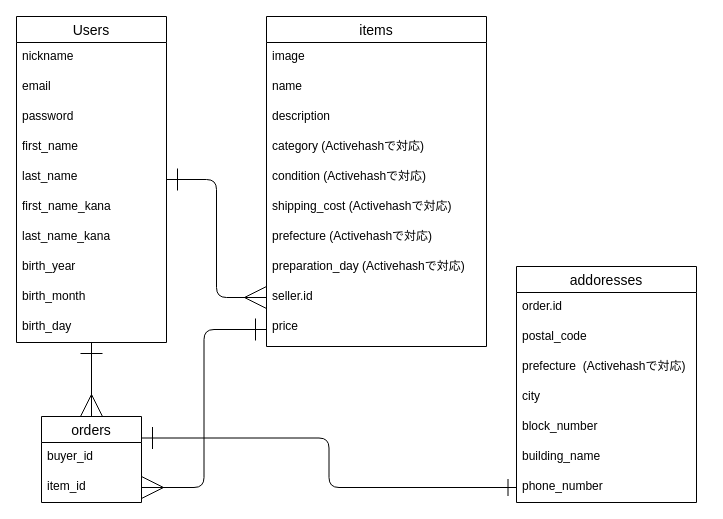
Before: ER.dio in TECHkoumu/furima-39074, a draw.io diagram. Source tidied: cells renumbered, new cells numbered last; positions are measured from the earlier drawing's top-left corner, leaving out a move shared by most shapes. Both pictures are drawn from the tidied source at 100%, with x=0, y=0 at pixel (16, 16).
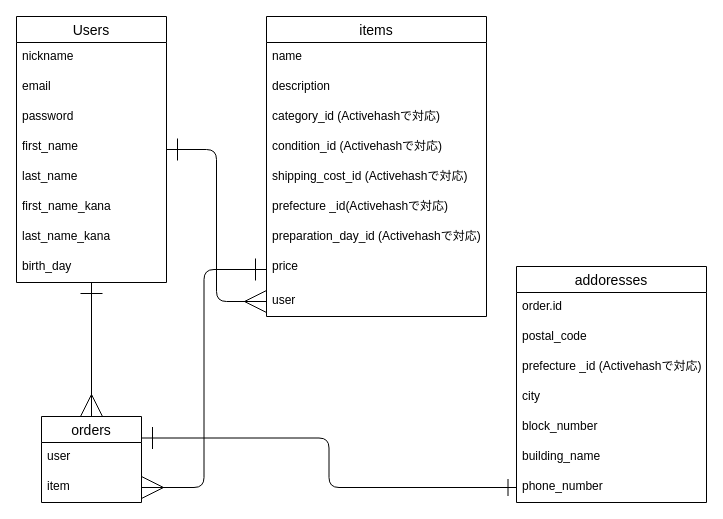
The same page after the edit.

Commit message (it also covers changes not shown here):
データベース設計の修正-1

The change refers to these unchanged cells:
```xml
<mxCell id="35" value="orders" style="swimlane;fontStyle=0;horizontal=1;startSize=26;align=center;fontSize=14;labelBackgroundColor=default;" parent="1" vertex="1">
  <mxGeometry x="25" y="400" width="100" height="86" as="geometry" />
</mxCell>
```

The edit, as a diff of the source:
```diff
@@
     <mxCell id="4" value="Users" style="swimlane;fontStyle=0;horizontal=1;startSize=26;align=center;fontSize=14;" parent="1" vertex="1">
-      <mxGeometry width="150" height="326" as="geometry" />
+      <mxGeometry width="150" height="266" as="geometry" />
     </mxCell>
@@
-    <mxCell id="12" value="birth_year" style="text;strokeColor=none;fillColor=none;spacingLeft=4;spacingRight=4;overflow=hidden;fontSize=12;labelBackgroundColor=default;" parent="4" vertex="1">
-      <mxGeometry y="236" width="150" height="30" as="geometry" />
-    </mxCell>
-    <mxCell id="13" value="birth_month" style="text;strokeColor=none;fillColor=none;spacingLeft=4;spacingRight=4;overflow=hidden;fontSize=12;labelBackgroundColor=default;" parent="4" vertex="1">
-      <mxGeometry y="266" width="150" height="30" as="geometry" />
-    </mxCell>
     <mxCell id="14" value="birth_day" style="text;strokeColor=none;fillColor=none;spacingLeft=4;spacingRight=4;overflow=hidden;fontSize=12;labelBackgroundColor=default;" parent="4" vertex="1">
-      <mxGeometry y="296" width="150" height="30" as="geometry" />
+      <mxGeometry y="236" width="150" height="30" as="geometry" />
     </mxCell>
     <mxCell id="15" value="items" style="swimlane;fontStyle=0;horizontal=1;startSize=26;align=center;fontSize=14;arcSize=18;" parent="1" vertex="1">
-      <mxGeometry x="250" width="220" height="330" as="geometry" />
+      <mxGeometry x="250" width="220" height="300" as="geometry" />
     </mxCell>
-    <mxCell id="16" value="image" style="text;strokeColor=none;fillColor=none;spacingLeft=4;spacingRight=4;overflow=hidden;fontSize=12;" parent="15" vertex="1">
-      <mxGeometry y="26" width="220" height="30" as="geometry" />
-    </mxCell>
     <mxCell id="17" value="name" style="text;strokeColor=none;fillColor=none;spacingLeft=4;spacingRight=4;overflow=hidden;fontSize=12;" parent="15" vertex="1">
-      <mxGeometry y="56" width="220" height="30" as="geometry" />
+      <mxGeometry y="26" width="220" height="30" as="geometry" />
     </mxCell>
     <mxCell id="18" value="description" style="text;strokeColor=none;fillColor=none;spacingLeft=4;spacingRight=4;overflow=hidden;fontSize=12;" parent="15" vertex="1">
-      <mxGeometry y="86" width="220" height="30" as="geometry" />
+      <mxGeometry y="56" width="220" height="30" as="geometry" />
     </mxCell>
-    <mxCell id="19" value="category (Activehashで対応)" style="text;strokeColor=none;fillColor=none;spacingLeft=4;spacingRight=4;overflow=hidden;fontSize=12;labelBackgroundColor=default;" parent="15" vertex="1">
-      <mxGeometry y="116" width="220" height="30" as="geometry" />
+    <mxCell id="19" value="category_id (Activehashで対応)" style="text;strokeColor=none;fillColor=none;spacingLeft=4;spacingRight=4;overflow=hidden;fontSize=12;labelBackgroundColor=default;" parent="15" vertex="1">
+      <mxGeometry y="86" width="220" height="30" as="geometry" />
     </mxCell>
-    <mxCell id="20" value="condition (Activehashで対応)" style="text;strokeColor=none;fillColor=none;spacingLeft=4;spacingRight=4;overflow=hidden;fontSize=12;labelBackgroundColor=default;" parent="15" vertex="1">
-      <mxGeometry y="146" width="220" height="30" as="geometry" />
+    <mxCell id="20" value="condition_id (Activehashで対応)" style="text;strokeColor=none;fillColor=none;spacingLeft=4;spacingRight=4;overflow=hidden;fontSize=12;labelBackgroundColor=default;" parent="15" vertex="1">
+      <mxGeometry y="116" width="220" height="30" as="geometry" />
     </mxCell>
-    <mxCell id="21" value="shipping_cost (Activehashで対応)" style="text;strokeColor=none;fillColor=none;spacingLeft=4;spacingRight=4;overflow=hidden;fontSize=12;labelBackgroundColor=default;" parent="15" vertex="1">
-      <mxGeometry y="176" width="220" height="30" as="geometry" />
+    <mxCell id="21" value="shipping_cost_id (Activehashで対応)" style="text;strokeColor=none;fillColor=none;spacingLeft=4;spacingRight=4;overflow=hidden;fontSize=12;labelBackgroundColor=default;" parent="15" vertex="1">
+      <mxGeometry y="146" width="220" height="30" as="geometry" />
     </mxCell>
-    <mxCell id="22" value="prefecture (Activehashで対応)" style="text;strokeColor=none;fillColor=none;spacingLeft=4;spacingRight=4;overflow=hidden;fontSize=12;labelBackgroundColor=default;" parent="15" vertex="1">
-      <mxGeometry y="206" width="220" height="30" as="geometry" />
+    <mxCell id="22" value="prefecture _id(Activehashで対応)" style="text;strokeColor=none;fillColor=none;spacingLeft=4;spacingRight=4;overflow=hidden;fontSize=12;labelBackgroundColor=default;" parent="15" vertex="1">
+      <mxGeometry y="176" width="220" height="30" as="geometry" />
     </mxCell>
-    <mxCell id="23" value="preparation_day (Activehashで対応)" style="text;strokeColor=none;fillColor=none;spacingLeft=4;spacingRight=4;overflow=hidden;fontSize=12;labelBackgroundColor=default;" parent="15" vertex="1">
-      <mxGeometry y="236" width="220" height="30" as="geometry" />
+    <mxCell id="23" value="preparation_day_id (Activehashで対応)" style="text;strokeColor=none;fillColor=none;spacingLeft=4;spacingRight=4;overflow=hidden;fontSize=12;labelBackgroundColor=default;" parent="15" vertex="1">
+      <mxGeometry y="206" width="220" height="30" as="geometry" />
     </mxCell>
+    <mxCell id="25" value="price" style="text;strokeColor=none;fillColor=none;spacingLeft=4;spacingRight=4;overflow=hidden;points=[[0,0.5],[1,0.5]];portConstraint=eastwest;fontSize=12;labelBackgroundColor=default;startSize=26;" parent="15" vertex="1">
+      <mxGeometry y="236" width="220" height="34" as="geometry" />
+    </mxCell>
-    <mxCell id="24" value="seller.id " style="text;strokeColor=none;fillColor=none;spacingLeft=4;spacingRight=4;overflow=hidden;points=[[0,0.5],[1,0.5]];portConstraint=eastwest;fontSize=12;labelBackgroundColor=default;startSize=26;" parent="15" vertex="1">
-      <mxGeometry y="266" width="220" height="30" as="geometry" />
+    <mxCell id="24" value="user" style="text;strokeColor=none;fillColor=none;spacingLeft=4;spacingRight=4;overflow=hidden;points=[[0,0.5],[1,0.5]];portConstraint=eastwest;fontSize=12;labelBackgroundColor=default;startSize=26;" parent="15" vertex="1">
+      <mxGeometry y="270" width="220" height="30" as="geometry" />
     </mxCell>
-    <mxCell id="25" value="price" style="text;strokeColor=none;fillColor=none;spacingLeft=4;spacingRight=4;overflow=hidden;points=[[0,0.5],[1,0.5]];portConstraint=eastwest;fontSize=12;labelBackgroundColor=default;startSize=26;" parent="15" vertex="1">
-      <mxGeometry y="296" width="220" height="34" as="geometry" />
-    </mxCell>
     <mxCell id="26" value="addoresses" style="swimlane;fontStyle=0;horizontal=1;startSize=26;align=center;fontSize=14;labelBackgroundColor=default;" parent="1" vertex="1">
-      <mxGeometry x="500" y="250" width="180" height="236" as="geometry" />
+      <mxGeometry x="500" y="250" width="190" height="236" as="geometry" />
     </mxCell>
     <mxCell id="27" value="order.id " style="text;strokeColor=none;fillColor=none;spacingLeft=4;spacingRight=4;overflow=hidden;fontSize=12;labelBackgroundColor=default;startSize=26;" parent="26" vertex="1">
-      <mxGeometry y="26" width="180" height="30" as="geometry" />
+      <mxGeometry y="26" width="190" height="30" as="geometry" />
     </mxCell>
     <mxCell id="28" value="postal_code" style="text;strokeColor=none;fillColor=none;spacingLeft=4;spacingRight=4;overflow=hidden;fontSize=12;labelBackgroundColor=default;startSize=26;" parent="26" vertex="1">
-      <mxGeometry y="56" width="180" height="30" as="geometry" />
+      <mxGeometry y="56" width="190" height="30" as="geometry" />
     </mxCell>
-    <mxCell id="29" value="prefecture  (Activehashで対応)" style="text;strokeColor=none;fillColor=none;spacingLeft=4;spacingRight=4;overflow=hidden;fontSize=12;labelBackgroundColor=default;startSize=26;" parent="26" vertex="1">
-      <mxGeometry y="86" width="180" height="30" as="geometry" />
+    <mxCell id="29" value="prefecture _id (Activehashで対応)" style="text;strokeColor=none;fillColor=none;spacingLeft=4;spacingRight=4;overflow=hidden;fontSize=12;labelBackgroundColor=default;startSize=26;" parent="26" vertex="1">
+      <mxGeometry y="86" width="190" height="30" as="geometry" />
     </mxCell>
     <mxCell id="30" value="city" style="text;strokeColor=none;fillColor=none;spacingLeft=4;spacingRight=4;overflow=hidden;fontSize=12;labelBackgroundColor=default;startSize=26;" parent="26" vertex="1">
-      <mxGeometry y="116" width="180" height="30" as="geometry" />
+      <mxGeometry y="116" width="190" height="30" as="geometry" />
     </mxCell>
     <mxCell id="31" value="block_number" style="text;strokeColor=none;fillColor=none;spacingLeft=4;spacingRight=4;overflow=hidden;fontSize=12;labelBackgroundColor=default;startSize=26;" parent="26" vertex="1">
-      <mxGeometry y="146" width="180" height="30" as="geometry" />
+      <mxGeometry y="146" width="190" height="30" as="geometry" />
     </mxCell>
     <mxCell id="32" value="building_name" style="text;strokeColor=none;fillColor=none;spacingLeft=4;spacingRight=4;overflow=hidden;fontSize=12;labelBackgroundColor=default;startSize=26;" parent="26" vertex="1">
-      <mxGeometry y="176" width="180" height="30" as="geometry" />
+      <mxGeometry y="176" width="190" height="30" as="geometry" />
     </mxCell>
     <mxCell id="33" value="phone_number" style="text;strokeColor=none;fillColor=none;spacingLeft=4;spacingRight=4;overflow=hidden;points=[[0,0.5],[1,0.5]];portConstraint=eastwest;fontSize=12;labelBackgroundColor=default;startSize=26;" parent="26" vertex="1">
-      <mxGeometry y="206" width="180" height="30" as="geometry" />
+      <mxGeometry y="206" width="190" height="30" as="geometry" />
     </mxCell>
@@
-    <mxCell id="36" value="buyer_id" style="text;strokeColor=none;fillColor=none;spacingLeft=4;spacingRight=4;overflow=hidden;fontSize=12;labelBackgroundColor=default;startSize=26;" parent="35" vertex="1">
+    <mxCell id="36" value="user" style="text;strokeColor=none;fillColor=none;spacingLeft=4;spacingRight=4;overflow=hidden;fontSize=12;labelBackgroundColor=default;startSize=26;" parent="35" vertex="1">
       <mxGeometry y="26" width="100" height="30" as="geometry" />
     </mxCell>
-    <mxCell id="37" value="item_id" style="text;strokeColor=none;fillColor=none;spacingLeft=4;spacingRight=4;overflow=hidden;points=[[0,0.5],[1,0.5]];portConstraint=eastwest;fontSize=12;labelBackgroundColor=default;startSize=26;" parent="35" vertex="1">
+    <mxCell id="37" value="item" style="text;strokeColor=none;fillColor=none;spacingLeft=4;spacingRight=4;overflow=hidden;points=[[0,0.5],[1,0.5]];portConstraint=eastwest;fontSize=12;labelBackgroundColor=default;startSize=26;" parent="35" vertex="1">
       <mxGeometry y="56" width="100" height="30" as="geometry" />
     </mxCell>
```
